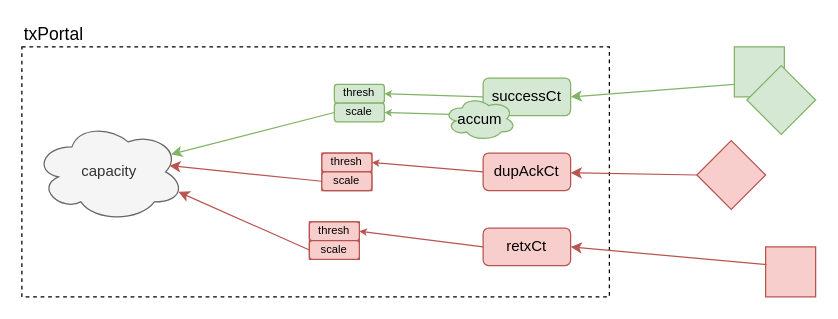
This is docs/images/portal_scaling.drawio from openziti/dilithium, a draw.io file, before an edit. Source tidied: cells renumbered, new cells numbered last; positions are measured from the earlier drawing's top-left corner, leaving out a move shared by most shapes. Both pictures are drawn from the tidied source at 125%, with x=0, y=0 at pixel (21, 21).
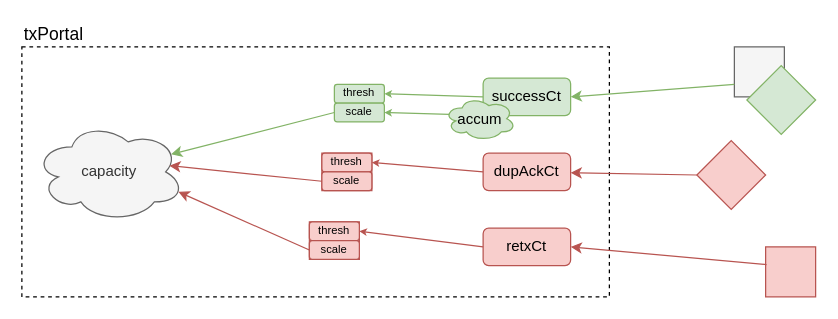
The same page after the edit.

Commit message (it also covers changes not shown here):
Color tweak. (#82)

Unchanged cells that the change refers to:
```xml
<mxCell id="25" style="group;" parent="1" vertex="1">
  <mxGeometry x="570" y="20" width="65" height="70" as="geometry" />
</mxCell>
```

Diff of the diagram source:
```diff
@@
-    <mxCell id="26" style="whiteSpace=wrap;html=1;fontSize=9;fillColor=#d5e8d4;strokeColor=#82b366;" parent="25" vertex="1">
+    <mxCell id="26" style="whiteSpace=wrap;html=1;fontSize=9;fillColor=#f5f5f5;strokeColor=#666666;fontColor=#333333;" parent="25" vertex="1">
       <mxGeometry width="40" height="40" as="geometry" />
     </mxCell>
```
